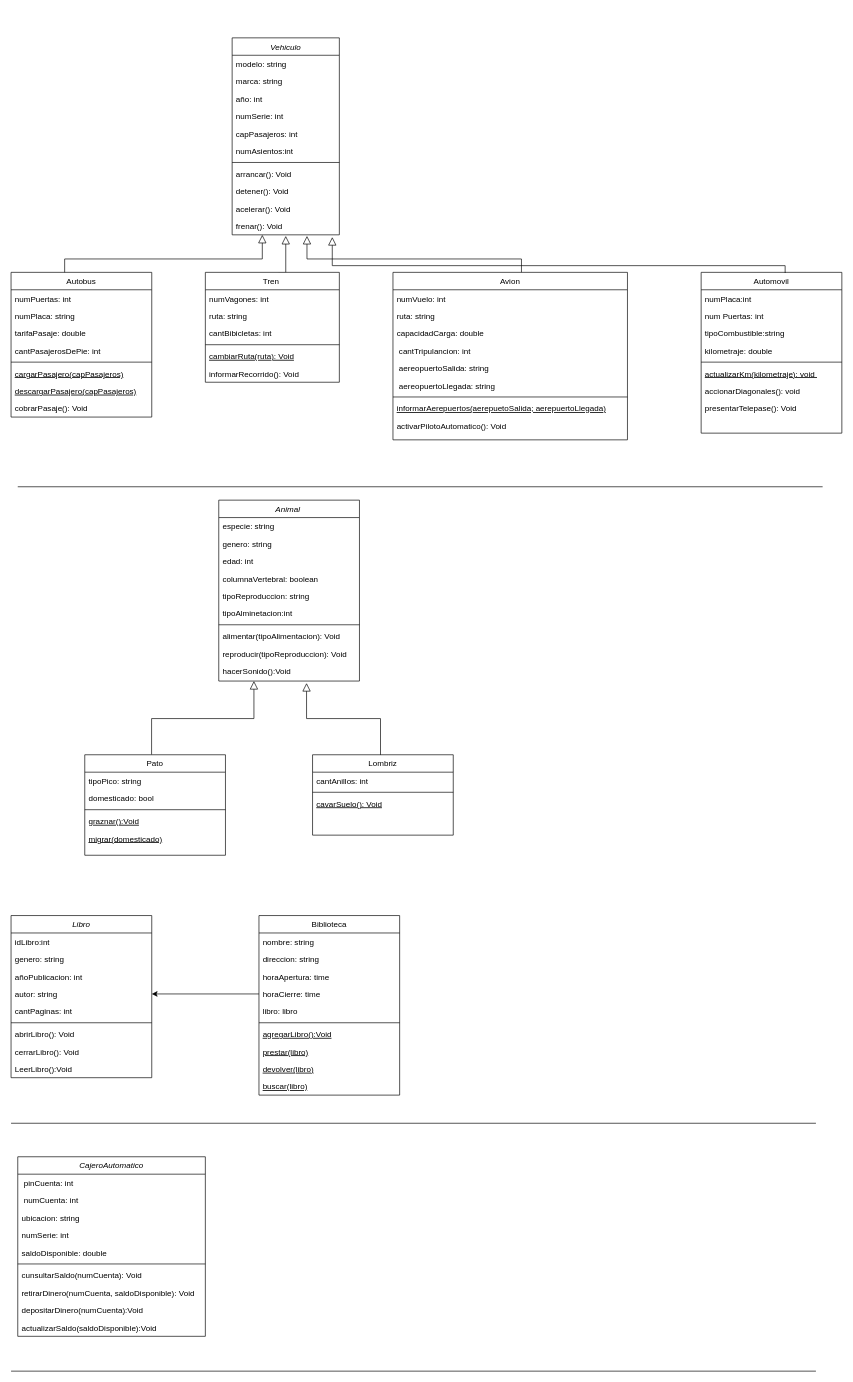
This is Diagrama sin título.drawio from diroco1964/diagramaClases, a draw.io file, before an edit. Source tidied: cells renumbered, new cells numbered last; positions are measured from the earlier drawing's top-left corner, leaving out a move shared by most shapes. Both pictures are drawn from the tidied source at 67%, with x=0, y=0 at pixel (11, 38).
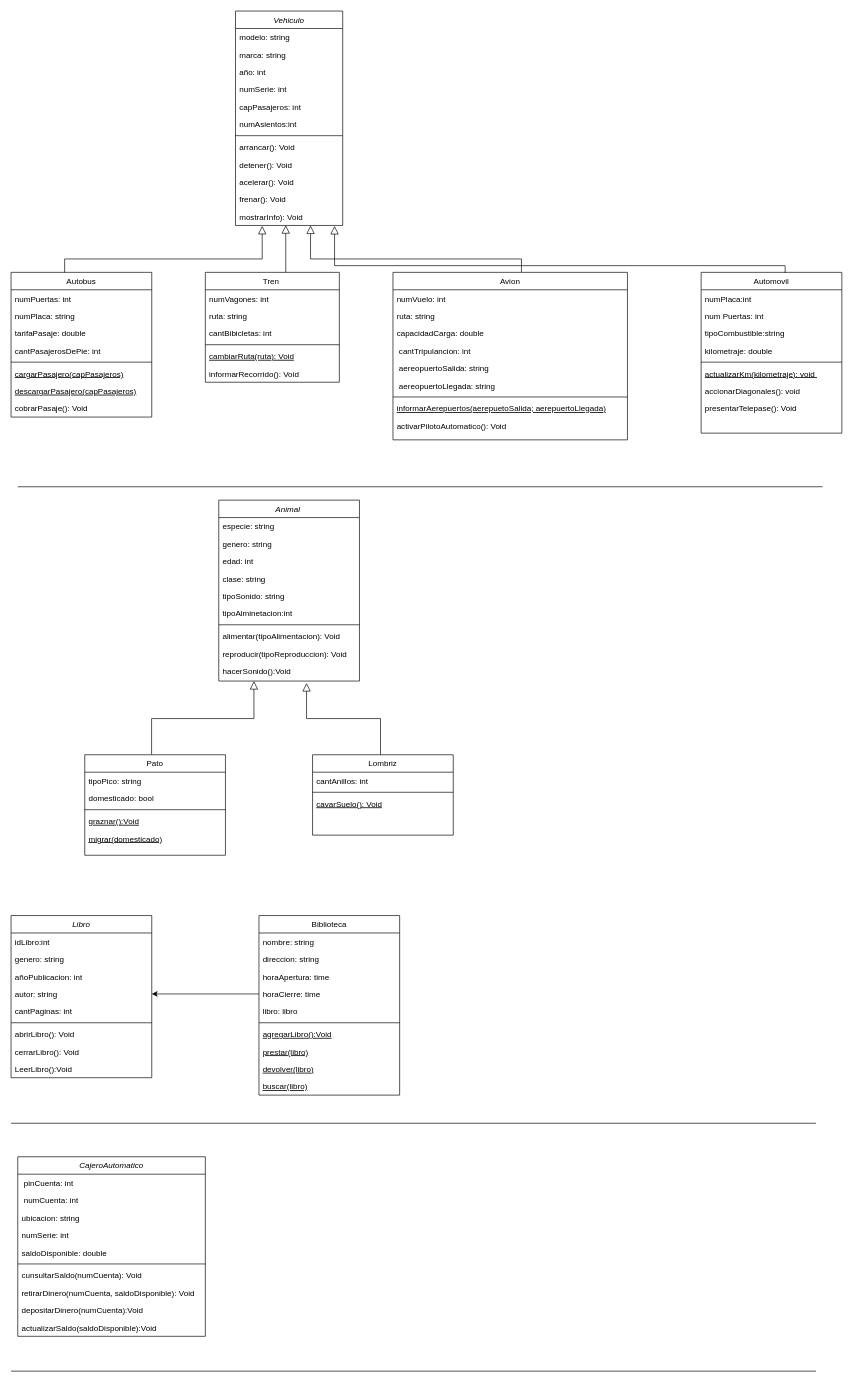
The same page after the edit.

Unchanged cells that the change refers to:
```xml
<mxCell id="13" value="frenar(): Void" style="text;align=left;verticalAlign=top;spacingLeft=4;spacingRight=4;overflow=hidden;points=[[0,0.5],[1,0.5]];portConstraint=eastwest;" parent="2" vertex="1">
  <mxGeometry y="268" width="160" height="26" as="geometry" />
</mxCell>
<mxCell id="25" value="Tren " style="swimlane;fontStyle=0;align=center;verticalAlign=top;horizontal=1;startSize=26;rounded=0;shadow=0;strokeWidth=1;" parent="1" vertex="1">
  <mxGeometry x="290" y="350" width="200" height="164" as="geometry" />
</mxCell>
<mxCell id="33" value="Avion" style="swimlane;fontStyle=0;align=center;verticalAlign=top;horizontal=1;startSize=26;rounded=0;shadow=0;strokeWidth=1;" parent="1" vertex="1">
  <mxGeometry x="570" y="350" width="350" height="250" as="geometry" />
</mxCell>
<mxCell id="43" value="Automovil" style="swimlane;fontStyle=0;align=center;verticalAlign=top;horizontal=1;startSize=26;rounded=0;shadow=0;strokeWidth=1;" parent="1" vertex="1">
  <mxGeometry x="1030" y="350" width="210" height="240" as="geometry" />
</mxCell>
<mxCell id="53" value="Animal " style="swimlane;fontStyle=2;align=center;verticalAlign=top;horizontal=1;startSize=26;rounded=0;shadow=0;strokeWidth=1;" parent="1" vertex="1">
  <mxGeometry x="310" y="690" width="210" height="270" as="geometry" />
</mxCell>
```

What changed in the source:
```diff
@@
     <mxCell id="2" value="Vehiculo" style="swimlane;fontStyle=2;align=center;verticalAlign=top;horizontal=1;startSize=26;rounded=0;shadow=0;strokeWidth=1;" parent="1" vertex="1">
-      <mxGeometry x="330" width="160" height="294" as="geometry" />
+      <mxGeometry x="335" y="-40" width="160" height="320" as="geometry" />
     </mxCell>
@@
+    <mxCell id="112" value="mostrarInfo): Void" style="text;align=left;verticalAlign=top;spacingLeft=4;spacingRight=4;overflow=hidden;points=[[0,0.5],[1,0.5]];portConstraint=eastwest;" parent="2" vertex="1">
+      <mxGeometry y="294" width="160" height="26" as="geometry" />
+    </mxCell>
@@
-    <mxCell id="23" style="endArrow=block;endSize=10;endFill=0;shadow=0;strokeWidth=1;rounded=0;curved=0;edgeStyle=elbowEdgeStyle;elbow=vertical;" parent="1" edge="1">
+    <mxCell id="23" style="endArrow=block;endSize=10;endFill=0;shadow=0;strokeWidth=1;rounded=0;curved=0;edgeStyle=elbowEdgeStyle;elbow=vertical;entryX=0.249;entryY=1.025;entryDx=0;entryDy=0;entryPerimeter=0;" parent="1" edge="1" target="112">
       <mxGeometry relative="1" as="geometry">
         <mxPoint x="80" y="350" as="sourcePoint" />
-        <mxPoint x="375" y="294" as="targetPoint" />
         <Array as="points">
           <mxPoint x="215" y="330" />
         </Array>
       </mxGeometry>
     </mxCell>
-    <mxCell id="24" style="endArrow=block;endSize=10;endFill=0;shadow=0;strokeWidth=1;rounded=0;curved=0;edgeStyle=elbowEdgeStyle;elbow=horizontal;exitX=0.544;exitY=0.008;exitDx=0;exitDy=0;exitPerimeter=0;entryX=0.505;entryY=1.063;entryDx=0;entryDy=0;entryPerimeter=0;" parent="1" edge="1" source="25" target="13">
+    <mxCell id="24" style="endArrow=block;endSize=10;endFill=0;shadow=0;strokeWidth=1;rounded=0;curved=0;edgeStyle=elbowEdgeStyle;elbow=horizontal;exitX=0.544;exitY=0.008;exitDx=0;exitDy=0;exitPerimeter=0;entryX=0.47;entryY=0.984;entryDx=0;entryDy=0;entryPerimeter=0;" parent="1" edge="1" source="25" target="112">
       <mxGeometry relative="1" as="geometry">
         <Array as="points">
           <mxPoint x="410" y="320" />
           <mxPoint x="410" y="320" />
         </Array>
       </mxGeometry>
     </mxCell>
@@
-    <mxCell id="32" style="endArrow=block;endSize=10;endFill=0;shadow=0;strokeWidth=1;rounded=0;curved=0;edgeStyle=elbowEdgeStyle;elbow=vertical;exitX=0.548;exitY=0.009;exitDx=0;exitDy=0;entryX=0.698;entryY=1.063;entryDx=0;entryDy=0;entryPerimeter=0;exitPerimeter=0;" parent="1" edge="1" source="33" target="13">
+    <mxCell id="32" style="endArrow=block;endSize=10;endFill=0;shadow=0;strokeWidth=1;rounded=0;curved=0;edgeStyle=elbowEdgeStyle;elbow=vertical;exitX=0.548;exitY=0.009;exitDx=0;exitDy=0;exitPerimeter=0;" parent="1" edge="1" source="33">
       <mxGeometry relative="1" as="geometry">
+        <mxPoint x="447" y="280" as="targetPoint" />
         <Array as="points">
           <mxPoint x="420" y="330" />
           <mxPoint x="420" y="330" />
         </Array>
       </mxGeometry>
     </mxCell>
@@
-    <mxCell id="52" style="endArrow=block;endSize=10;endFill=0;shadow=0;strokeWidth=1;rounded=0;curved=0;edgeStyle=elbowEdgeStyle;elbow=vertical;exitX=0.597;exitY=0.004;exitDx=0;exitDy=0;entryX=0.934;entryY=1.129;entryDx=0;entryDy=0;entryPerimeter=0;exitPerimeter=0;" parent="1" edge="1" source="43" target="13">
+    <mxCell id="52" style="endArrow=block;endSize=10;endFill=0;shadow=0;strokeWidth=1;rounded=0;curved=0;edgeStyle=elbowEdgeStyle;elbow=vertical;exitX=0.597;exitY=0.004;exitDx=0;exitDy=0;entryX=0.924;entryY=1.03;entryDx=0;entryDy=0;entryPerimeter=0;exitPerimeter=0;" parent="1" edge="1" source="43" target="112">
       <mxGeometry relative="1" as="geometry">
         <Array as="points">
           <mxPoint x="430" y="340" />
           <mxPoint x="430" y="340" />
         </Array>
       </mxGeometry>
     </mxCell>
@@
-    <mxCell id="57" value="columnaVertebral: boolean" style="text;align=left;verticalAlign=top;spacingLeft=4;spacingRight=4;overflow=hidden;" parent="53" vertex="1">
+    <mxCell id="57" value="clase: string" style="text;align=left;verticalAlign=top;spacingLeft=4;spacingRight=4;overflow=hidden;" parent="53" vertex="1">
       <mxGeometry y="104" width="210" height="26" as="geometry" />
     </mxCell>
-    <mxCell id="58" value="tipoReproduccion: string" style="text;align=left;verticalAlign=top;spacingLeft=4;spacingRight=4;overflow=hidden;rounded=0;shadow=0;html=0;" parent="53" vertex="1">
+    <mxCell id="58" value="tipoSonido: string" style="text;align=left;verticalAlign=top;spacingLeft=4;spacingRight=4;overflow=hidden;rounded=0;shadow=0;html=0;" parent="53" vertex="1">
       <mxGeometry y="130" width="210" height="26" as="geometry" />
     </mxCell>
```
